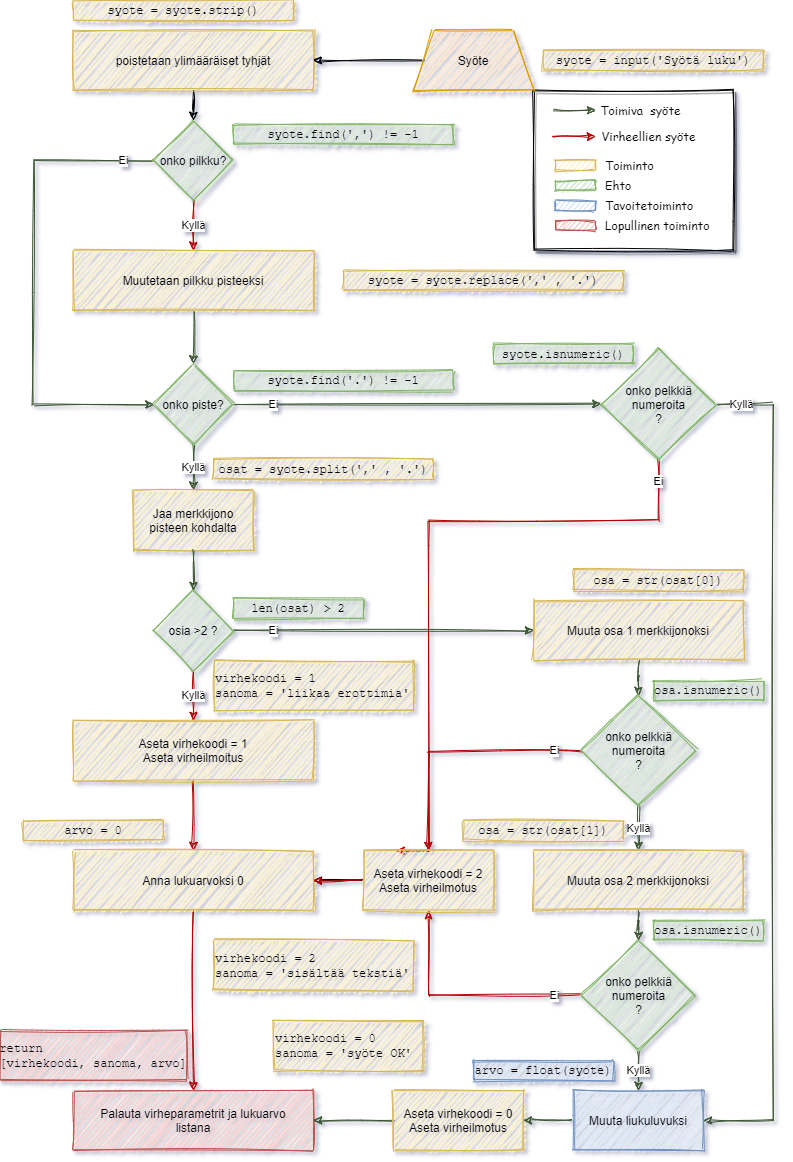
Before: docs/Drawings/SanityVuokaavio2.png, a diagram exported from draw.io (TomasJouhilampi/Painonhallinta). Source tidied: cells renumbered, new cells last; positions are measured from the earlier drawing's top-left corner, leaving out a move shared by most shapes.
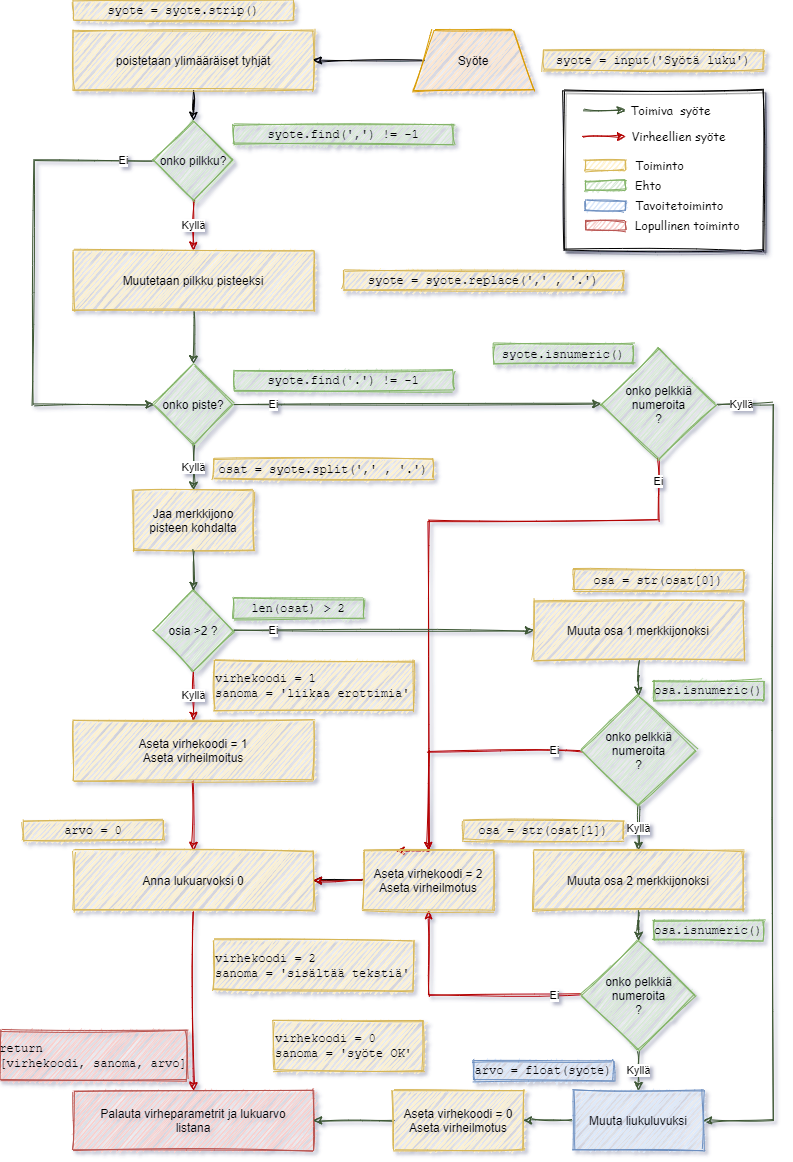
Later version of the same file.

Diff of the diagram source:
```diff
@@ -2,9 +2,6 @@
   <root>
     <mxCell id="0" />
     <mxCell id="1" parent="0" />
-    <mxCell id="2" style="rounded=0;whiteSpace=wrap;html=1;sketch=1;align=left;shadow=1;" parent="1" vertex="1">
-      <mxGeometry x="533" y="90" width="200" height="160" as="geometry" />
-    </mxCell>
     <mxCell id="3" value="Ei" style="edgeStyle=orthogonalEdgeStyle;rounded=0;sketch=1;jettySize=auto;html=1;entryX=0.25;entryY=0;entryDx=0;entryDy=0;fillColor=#e51400;strokeColor=#B20000;" parent="1" edge="1" source="61" target="39">
       <mxGeometry x="-0.93" relative="1" as="geometry">
         <Array as="points">
@@ -206,47 +203,53 @@
     <mxCell id="62" value="&lt;font face=&quot;Courier New&quot;&gt;osa.isnumeric()&lt;/font&gt;" style="text;html=1;strokeColor=#82b366;fillColor=#d5e8d4;align=center;verticalAlign=middle;whiteSpace=wrap;rounded=0;sketch=1;" parent="1" vertex="1">
       <mxGeometry x="653" y="920" width="110" height="20" as="geometry" />
     </mxCell>
+    <mxCell id="75" style="group;" parent="1" vertex="1">
+      <mxGeometry x="563" y="90" width="200" height="160" as="geometry" />
+    </mxCell>
+    <mxCell id="2" style="rounded=0;whiteSpace=wrap;html=1;sketch=1;align=left;shadow=1;" parent="75" vertex="1">
+      <mxGeometry width="200" height="160" as="geometry" />
+    </mxCell>
-    <mxCell id="63" style="endArrow=classic;html=1;strokeWidth=1;fillColor=#6d8764;sketch=1;strokeColor=#3A5431;" parent="1" edge="1">
+    <mxCell id="63" style="endArrow=classic;html=1;strokeWidth=1;fillColor=#6d8764;sketch=1;strokeColor=#3A5431;" parent="75" edge="1">
       <mxGeometry relative="1" as="geometry">
-        <mxPoint x="552.5" y="110" as="sourcePoint" />
-        <mxPoint x="595" y="110" as="targetPoint" />
+        <mxPoint x="19.5" y="20" as="sourcePoint" />
+        <mxPoint x="62" y="20" as="targetPoint" />
       </mxGeometry>
     </mxCell>
-    <mxCell id="64" value="&lt;font face=&quot;Comic Sans MS&quot;&gt;Toimiva&amp;nbsp; syöte&lt;/font&gt;" style="text;html=1;align=center;verticalAlign=middle;" parent="1" vertex="1">
-      <mxGeometry x="590" y="100" width="100" height="20" as="geometry" />
+    <mxCell id="64" value="&lt;font face=&quot;Comic Sans MS&quot;&gt;Toimiva&amp;nbsp; syöte&lt;/font&gt;" style="text;html=1;align=center;verticalAlign=middle;" parent="75" vertex="1">
+      <mxGeometry x="57" y="10" width="100" height="20" as="geometry" />
     </mxCell>
-    <mxCell id="65" style="endArrow=classic;html=1;strokeWidth=1;fillColor=#e51400;sketch=1;strokeColor=#B20000;" parent="1" edge="1">
+    <mxCell id="65" style="endArrow=classic;html=1;strokeWidth=1;fillColor=#e51400;sketch=1;strokeColor=#B20000;" parent="75" edge="1">
       <mxGeometry relative="1" as="geometry">
-        <mxPoint x="552.5" y="136" as="sourcePoint" />
-        <mxPoint x="595" y="136" as="targetPoint" />
+        <mxPoint x="19.5" y="46" as="sourcePoint" />
+        <mxPoint x="62" y="46" as="targetPoint" />
       </mxGeometry>
     </mxCell>
-    <mxCell id="66" value="&lt;font face=&quot;Comic Sans MS&quot;&gt;Virheellien syöte&lt;/font&gt;" style="text;html=1;align=center;verticalAlign=middle;" parent="1" vertex="1">
-      <mxGeometry x="593" y="126" width="110" height="20" as="geometry" />
+    <mxCell id="66" value="&lt;font face=&quot;Comic Sans MS&quot;&gt;Virheellien syöte&lt;/font&gt;" style="text;html=1;align=center;verticalAlign=middle;" parent="75" vertex="1">
+      <mxGeometry x="60" y="36" width="110" height="20" as="geometry" />
     </mxCell>
-    <mxCell id="67" style="rounded=0;whiteSpace=wrap;html=1;sketch=1;align=left;fillColor=#fff2cc;strokeColor=#d6b656;" parent="1" vertex="1">
-      <mxGeometry x="555" y="160" width="40" height="10" as="geometry" />
+    <mxCell id="67" style="rounded=0;whiteSpace=wrap;html=1;sketch=1;align=left;fillColor=#fff2cc;strokeColor=#d6b656;" parent="75" vertex="1">
+      <mxGeometry x="22" y="70" width="40" height="10" as="geometry" />
     </mxCell>
-    <mxCell id="68" value="&lt;font face=&quot;Comic Sans MS&quot;&gt;Toiminto&lt;/font&gt;" style="text;html=1;align=left;verticalAlign=middle;" parent="1" vertex="1">
-      <mxGeometry x="602.5" y="155" width="60" height="20" as="geometry" />
+    <mxCell id="68" value="&lt;font face=&quot;Comic Sans MS&quot;&gt;Toiminto&lt;/font&gt;" style="text;html=1;align=left;verticalAlign=middle;" parent="75" vertex="1">
+      <mxGeometry x="69.5" y="65" width="60" height="20" as="geometry" />
     </mxCell>
-    <mxCell id="69" style="rounded=0;whiteSpace=wrap;html=1;sketch=1;align=left;fillColor=#d5e8d4;strokeColor=#82b366;" parent="1" vertex="1">
-      <mxGeometry x="555" y="180" width="40" height="10" as="geometry" />
+    <mxCell id="69" style="rounded=0;whiteSpace=wrap;html=1;sketch=1;align=left;fillColor=#d5e8d4;strokeColor=#82b366;" parent="75" vertex="1">
+      <mxGeometry x="22" y="90" width="40" height="10" as="geometry" />
     </mxCell>
-    <mxCell id="70" value="&lt;font face=&quot;Comic Sans MS&quot;&gt;Ehto&lt;/font&gt;" style="text;html=1;align=left;verticalAlign=middle;" parent="1" vertex="1">
-      <mxGeometry x="602.5" y="175" width="40" height="20" as="geometry" />
+    <mxCell id="70" value="&lt;font face=&quot;Comic Sans MS&quot;&gt;Ehto&lt;/font&gt;" style="text;html=1;align=left;verticalAlign=middle;" parent="75" vertex="1">
+      <mxGeometry x="69.5" y="85" width="40" height="20" as="geometry" />
     </mxCell>
-    <mxCell id="71" style="rounded=0;whiteSpace=wrap;html=1;sketch=1;align=left;fillColor=#dae8fc;strokeColor=#6c8ebf;" parent="1" vertex="1">
-      <mxGeometry x="555" y="200" width="40" height="10" as="geometry" />
+    <mxCell id="71" style="rounded=0;whiteSpace=wrap;html=1;sketch=1;align=left;fillColor=#dae8fc;strokeColor=#6c8ebf;" parent="75" vertex="1">
+      <mxGeometry x="22" y="110" width="40" height="10" as="geometry" />
     </mxCell>
-    <mxCell id="72" value="&lt;font face=&quot;Comic Sans MS&quot;&gt;Tavoitetoiminto&lt;/font&gt;" style="text;html=1;align=left;verticalAlign=middle;" parent="1" vertex="1">
-      <mxGeometry x="602.5" y="195" width="100" height="20" as="geometry" />
+    <mxCell id="72" value="&lt;font face=&quot;Comic Sans MS&quot;&gt;Tavoitetoiminto&lt;/font&gt;" style="text;html=1;align=left;verticalAlign=middle;" parent="75" vertex="1">
+      <mxGeometry x="69.5" y="105" width="100" height="20" as="geometry" />
     </mxCell>
-    <mxCell id="73" style="rounded=0;whiteSpace=wrap;html=1;sketch=1;align=left;fillColor=#f8cecc;strokeColor=#b85450;" parent="1" vertex="1">
-      <mxGeometry x="555" y="220" width="40" height="10" as="geometry" />
+    <mxCell id="73" style="rounded=0;whiteSpace=wrap;html=1;sketch=1;align=left;fillColor=#f8cecc;strokeColor=#b85450;" parent="75" vertex="1">
+      <mxGeometry x="22" y="130" width="40" height="10" as="geometry" />
     </mxCell>
-    <mxCell id="74" value="&lt;font face=&quot;Comic Sans MS&quot;&gt;Lopullinen toiminto&lt;/font&gt;" style="text;html=1;align=left;verticalAlign=middle;" parent="1" vertex="1">
-      <mxGeometry x="602.5" y="215" width="120" height="20" as="geometry" />
+    <mxCell id="74" value="&lt;font face=&quot;Comic Sans MS&quot;&gt;Lopullinen toiminto&lt;/font&gt;" style="text;html=1;align=left;verticalAlign=middle;" parent="75" vertex="1">
+      <mxGeometry x="69.5" y="125" width="120" height="20" as="geometry" />
     </mxCell>
   </root>
 </mxGraphModel>
```
